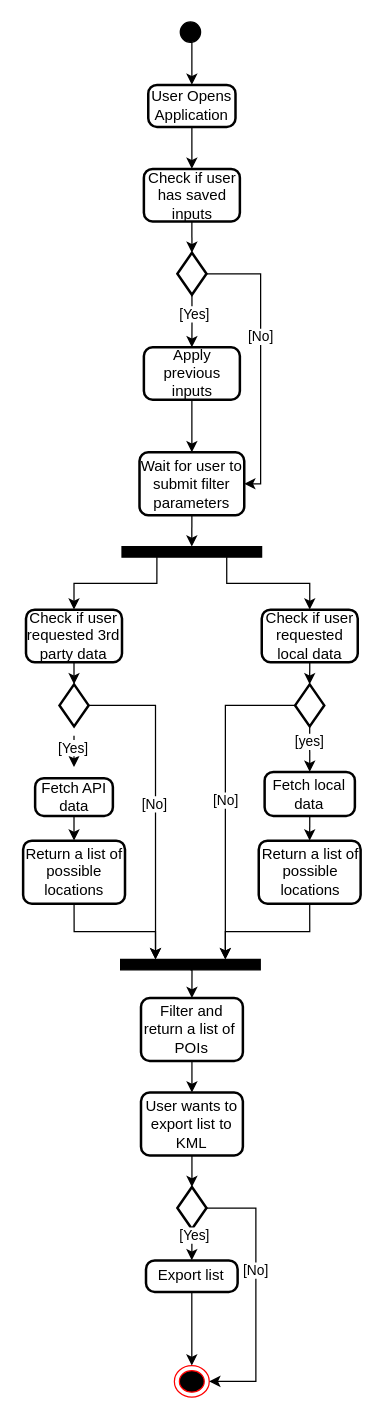
The draw.io diagram UML/DrawIO/ActivityDiagram.drawio in ALEEF02/PrecisionLocationProcessor, before the edit. Source tidied: cells renumbered, new cells numbered last; positions are measured from the earlier drawing's top-left corner, leaving out a move shared by most shapes. Both pictures are drawn from the tidied source at 125%, with x=0, y=0 at pixel (22, 21).
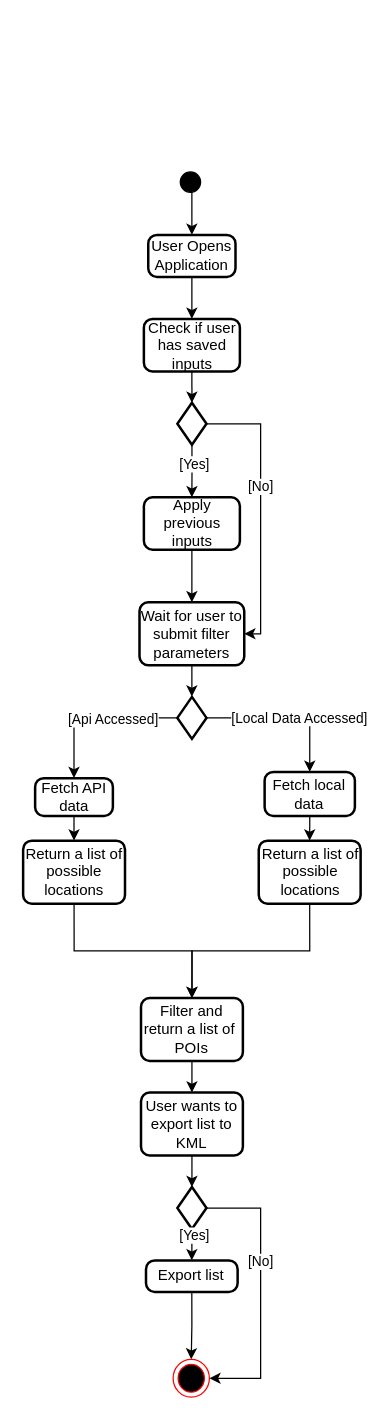
The same diagram, later.

Commit message:
Modified Activity Diagram per feedback

Removed concurrent actions node and replaced with a decision node

Unchanged cells that the change refers to:
```xml
<mxCell id="26" value="Fetch API data" style="rounded=1;whiteSpace=wrap;html=1;absoluteArcSize=1;arcSize=14;strokeWidth=2;" parent="1" vertex="1">
  <mxGeometry x="9.6" y="605" width="62.2" height="30.2" as="geometry" />
</mxCell>
<mxCell id="29" value="Return a list of possible locations" style="rounded=1;whiteSpace=wrap;html=1;absoluteArcSize=1;arcSize=14;strokeWidth=2;" parent="1" vertex="1">
  <mxGeometry y="655" width="81.5" height="50.4" as="geometry" />
</mxCell>
<mxCell id="36" value="Fetch local data" style="rounded=1;whiteSpace=wrap;html=1;absoluteArcSize=1;arcSize=14;strokeWidth=2;" parent="1" vertex="1">
  <mxGeometry x="193.2" y="600" width="72.2" height="35.2" as="geometry" />
</mxCell>
<mxCell id="39" value="Return a list of possible locations" style="rounded=1;whiteSpace=wrap;html=1;absoluteArcSize=1;arcSize=14;strokeWidth=2;" parent="1" vertex="1">
  <mxGeometry x="188.5" y="655" width="81.5" height="50.4" as="geometry" />
</mxCell>
<mxCell id="40" value="Filter and return a list of&amp;nbsp; POIs" style="rounded=1;whiteSpace=wrap;html=1;absoluteArcSize=1;arcSize=14;strokeWidth=2;" parent="1" vertex="1">
  <mxGeometry x="94.3" y="780.9" width="81.5" height="50.4" as="geometry" />
</mxCell>
<mxCell id="43" style="strokeWidth=2;html=1;shape=mxgraph.flowchart.decision;whiteSpace=wrap;" parent="1" vertex="1">
  <mxGeometry x="123.4" y="932.1" width="23.3" height="33.6" as="geometry" />
</mxCell>
```

Change to the diagram source:
```diff
@@
     <mxCell id="2" style="ellipse;whiteSpace=wrap;html=1;fillColor=#000000;" parent="1" vertex="1">
-      <mxGeometry x="125.7" width="16.3" height="16.3" as="geometry" />
+      <mxGeometry x="125.7" y="120" width="16.3" height="16.3" as="geometry" />
     </mxCell>
     <mxCell id="3" value="User Opens Application" style="rounded=1;whiteSpace=wrap;html=1;absoluteArcSize=1;arcSize=14;strokeWidth=2;" parent="1" vertex="1">
-      <mxGeometry x="100.1" y="50.4" width="69.8" height="33.6" as="geometry" />
+      <mxGeometry x="100.1" y="170.4" width="69.8" height="33.6" as="geometry" />
     </mxCell>
@@
     <mxCell id="5" value="Check if user has saved inputs" style="rounded=1;whiteSpace=wrap;html=1;absoluteArcSize=1;arcSize=14;strokeWidth=2;" parent="1" vertex="1">
-      <mxGeometry x="96.6" y="117.6" width="76.8" height="42" as="geometry" />
+      <mxGeometry x="96.6" y="237.6" width="76.8" height="42" as="geometry" />
     </mxCell>
@@
     <mxCell id="7" style="strokeWidth=2;html=1;shape=mxgraph.flowchart.decision;whiteSpace=wrap;" parent="1" vertex="1">
-      <mxGeometry x="123.4" y="184.7" width="23.3" height="33.6" as="geometry" />
+      <mxGeometry x="123.4" y="304.7" width="23.3" height="33.6" as="geometry" />
     </mxCell>
@@
     <mxCell id="9" value="Apply previous inputs" style="rounded=1;whiteSpace=wrap;html=1;absoluteArcSize=1;arcSize=14;strokeWidth=2;" parent="1" vertex="1">
-      <mxGeometry x="96.6" y="260.3" width="76.8" height="42" as="geometry" />
+      <mxGeometry x="96.6" y="380.3" width="76.8" height="42" as="geometry" />
     </mxCell>
@@
     <mxCell id="12" value="Wait for user to submit filter parameters" style="rounded=1;whiteSpace=wrap;html=1;absoluteArcSize=1;arcSize=14;strokeWidth=2;" parent="1" vertex="1">
-      <mxGeometry x="93.1" y="344.3" width="83.8" height="50.4" as="geometry" />
+      <mxGeometry x="93.1" y="464.3" width="83.8" height="50.4" as="geometry" />
     </mxCell>
     <mxCell id="13" style="edgeStyle=orthogonalEdgeStyle;rounded=0;jettySize=auto;html=1;exitX=1;exitY=0.5;exitDx=0;exitDy=0;exitPerimeter=0;entryX=1;entryY=0.5;entryDx=0;entryDy=0;" parent="1" edge="1" source="7" target="12">
       <mxGeometry relative="1" as="geometry">
         <Array as="points">
-          <mxPoint x="190" y="202" />
-          <mxPoint x="190" y="370" />
+          <mxPoint x="190" y="322" />
+          <mxPoint x="190" y="490" />
         </Array>
       </mxGeometry>
     </mxCell>
@@
-    <mxCell id="16" style="rounded=0;whiteSpace=wrap;html=1;fillColor=#000000;" parent="1" vertex="1">
-      <mxGeometry x="79.1" y="419.8" width="111.7" height="8.4" as="geometry" />
-    </mxCell>
-    <mxCell id="17" style="edgeStyle=orthogonalEdgeStyle;rounded=0;jettySize=auto;html=1;exitX=0.5;exitY=1;exitDx=0;exitDy=0;entryX=0.5;entryY=0;entryDx=0;entryDy=0;" parent="1" edge="1" source="12" target="16">
-      <mxGeometry relative="1" as="geometry" />
+    <mxCell id="17" style="edgeStyle=orthogonalEdgeStyle;rounded=0;jettySize=auto;html=1;exitX=0.5;exitY=1;exitDx=0;exitDy=0;entryX=0.5;entryY=0;entryDx=0;entryDy=0;" parent="1" edge="1" source="12">
+      <mxGeometry relative="1" as="geometry">
+        <mxPoint x="135" y="539.8" as="targetPoint" />
+      </mxGeometry>
     </mxCell>
-    <mxCell id="18" value="Check if user requested 3rd party data" style="rounded=1;whiteSpace=wrap;html=1;absoluteArcSize=1;arcSize=14;strokeWidth=2;" parent="1" vertex="1">
-      <mxGeometry x="2.3" y="470.2" width="76.8" height="42" as="geometry" />
-    </mxCell>
-    <mxCell id="19" style="edgeStyle=orthogonalEdgeStyle;rounded=0;jettySize=auto;html=1;exitX=0.25;exitY=1;exitDx=0;exitDy=0;entryX=0.5;entryY=0;entryDx=0;entryDy=0;" parent="1" edge="1" source="16" target="18">
-      <mxGeometry relative="1" as="geometry" />
-    </mxCell>
-    <mxCell id="20" value="Check if user requested local data" style="rounded=1;whiteSpace=wrap;html=1;absoluteArcSize=1;arcSize=14;strokeWidth=2;" parent="1" vertex="1">
-      <mxGeometry x="190.9" y="470.2" width="76.8" height="42" as="geometry" />
-    </mxCell>
-    <mxCell id="21" style="strokeWidth=2;html=1;shape=mxgraph.flowchart.decision;whiteSpace=wrap;" parent="1" vertex="1">
-      <mxGeometry x="29.1" y="530" width="23.3" height="33.6" as="geometry" />
-    </mxCell>
-    <mxCell id="22" style="edgeStyle=orthogonalEdgeStyle;rounded=0;jettySize=auto;html=1;exitX=0.75;exitY=1;exitDx=0;exitDy=0;entryX=0.5;entryY=0;entryDx=0;entryDy=0;" parent="1" edge="1" source="16" target="20">
-      <mxGeometry relative="1" as="geometry" />
-    </mxCell>
-    <mxCell id="23" style="strokeWidth=2;html=1;shape=mxgraph.flowchart.decision;whiteSpace=wrap;" parent="1" vertex="1">
-      <mxGeometry x="217.6" y="530" width="23.3" height="33.6" as="geometry" />
-    </mxCell>
-    <mxCell id="24" style="edgeStyle=orthogonalEdgeStyle;rounded=0;jettySize=auto;html=1;exitX=0.5;exitY=1;exitDx=0;exitDy=0;entryX=0.5;entryY=0;entryDx=0;entryDy=0;entryPerimeter=0;" parent="1" edge="1" source="18" target="21">
-      <mxGeometry relative="1" as="geometry" />
-    </mxCell>
-    <mxCell id="25" style="edgeStyle=orthogonalEdgeStyle;rounded=0;jettySize=auto;html=1;exitX=0.5;exitY=1;exitDx=0;exitDy=0;entryX=0.5;entryY=0;entryDx=0;entryDy=0;entryPerimeter=0;" parent="1" edge="1" source="20" target="23">
-      <mxGeometry relative="1" as="geometry" />
-    </mxCell>
+    <mxCell id="56" style="edgeStyle=orthogonalEdgeStyle;rounded=0;jettySize=auto;html=1;exitX=0;exitY=0.5;exitDx=0;exitDy=0;exitPerimeter=0;entryX=0.5;entryY=0;entryDx=0;entryDy=0;" parent="1" edge="1" source="60" target="26">
+      <mxGeometry relative="1" as="geometry" />
+    </mxCell>
+    <mxCell id="57" value="[Api Accessed]" style="edgeLabel;html=1;align=center;verticalAlign=middle;" parent="56" vertex="1">
+      <mxGeometry x="-0.2" y="1" relative="1" as="geometry" />
+    </mxCell>
+    <mxCell id="58" style="edgeStyle=orthogonalEdgeStyle;rounded=0;jettySize=auto;html=1;exitX=1;exitY=0.5;exitDx=0;exitDy=0;exitPerimeter=0;entryX=0.5;entryY=0;entryDx=0;entryDy=0;" parent="1" edge="1" source="60" target="36">
+      <mxGeometry relative="1" as="geometry">
+        <Array as="points">
+          <mxPoint x="229" y="557" />
+        </Array>
+      </mxGeometry>
+    </mxCell>
+    <mxCell id="59" value="[Local Data Accessed]" style="edgeLabel;html=1;align=center;verticalAlign=middle;" parent="58" vertex="1">
+      <mxGeometry x="-0.41" y="3" relative="1" as="geometry">
+        <mxPoint x="37" y="3" as="offset" />
+      </mxGeometry>
+    </mxCell>
+    <mxCell id="60" style="strokeWidth=2;html=1;shape=mxgraph.flowchart.decision;whiteSpace=wrap;" parent="1" vertex="1">
+      <mxGeometry x="123.4" y="540" width="23.3" height="33.6" as="geometry" />
+    </mxCell>
@@
-    <mxCell id="27" style="edgeStyle=orthogonalEdgeStyle;rounded=0;orthogonalLoop=1;jettySize=auto;html=1;exitX=0.5;exitY=1;exitDx=0;exitDy=0;exitPerimeter=0;entryX=0.5;entryY=0;entryDx=0;entryDy=0;" parent="1" edge="1">
-      <mxGeometry relative="1" as="geometry">
-        <mxPoint x="40.7" y="571" as="sourcePoint" />
-        <mxPoint x="40.7" y="596.2" as="targetPoint" />
-      </mxGeometry>
-    </mxCell>
-    <mxCell id="28" value="[Yes]" style="edgeLabel;html=1;align=center;verticalAlign=middle;" parent="27" vertex="1">
-      <mxGeometry x="-0.3" y="-1" relative="1" as="geometry" />
-    </mxCell>
@@
-    <mxCell id="31" style="rounded=0;whiteSpace=wrap;html=1;fillColor=#000000;" parent="1" vertex="1">
-      <mxGeometry x="78" y="750" width="111.7" height="8.4" as="geometry" />
-    </mxCell>
-    <mxCell id="32" style="edgeStyle=orthogonalEdgeStyle;rounded=0;jettySize=auto;html=1;exitX=1;exitY=0.5;exitDx=0;exitDy=0;exitPerimeter=0;entryX=0.25;entryY=0;entryDx=0;entryDy=0;" parent="1" edge="1" source="21" target="31">
-      <mxGeometry relative="1" as="geometry" />
-    </mxCell>
-    <mxCell id="33" value="[No]" style="edgeLabel;html=1;align=center;verticalAlign=middle;" parent="32" vertex="1">
-      <mxGeometry x="0.03" y="-1" relative="1" as="geometry" />
-    </mxCell>
-    <mxCell id="34" style="edgeStyle=orthogonalEdgeStyle;rounded=0;jettySize=auto;html=1;exitX=0;exitY=0.5;exitDx=0;exitDy=0;exitPerimeter=0;entryX=0.75;entryY=0;entryDx=0;entryDy=0;" parent="1" edge="1" source="23" target="31">
-      <mxGeometry relative="1" as="geometry" />
-    </mxCell>
-    <mxCell id="35" value="[No]" style="edgeLabel;html=1;align=center;verticalAlign=middle;" parent="34" vertex="1">
-      <mxGeometry x="-0.12" y="1" relative="1" as="geometry">
-        <mxPoint x="-1" y="17" as="offset" />
-      </mxGeometry>
-    </mxCell>
@@
-    <mxCell id="37" style="edgeStyle=orthogonalEdgeStyle;rounded=0;jettySize=auto;html=1;exitX=0.5;exitY=1;exitDx=0;exitDy=0;entryX=0.25;entryY=0;entryDx=0;entryDy=0;" parent="1" edge="1" source="29" target="31">
-      <mxGeometry relative="1" as="geometry" />
-    </mxCell>
-    <mxCell id="38" style="edgeStyle=orthogonalEdgeStyle;rounded=0;jettySize=auto;html=1;exitX=0.5;exitY=1;exitDx=0;exitDy=0;entryX=0.75;entryY=0;entryDx=0;entryDy=0;" parent="1" edge="1" source="39" target="31">
-      <mxGeometry relative="1" as="geometry" />
-    </mxCell>
@@
-    <mxCell id="41" style="edgeStyle=orthogonalEdgeStyle;rounded=0;jettySize=auto;html=1;exitX=0.5;exitY=1;exitDx=0;exitDy=0;exitPerimeter=0;entryX=0.5;entryY=0;entryDx=0;entryDy=0;" parent="1" edge="1" source="23" target="36">
-      <mxGeometry relative="1" as="geometry" />
-    </mxCell>
-    <mxCell id="42" value="[yes]" style="edgeLabel;html=1;align=center;verticalAlign=middle;" parent="41" vertex="1">
-      <mxGeometry x="-0.32" y="-1" relative="1" as="geometry" />
-    </mxCell>
+    <mxCell id="61" style="edgeStyle=orthogonalEdgeStyle;rounded=0;jettySize=auto;html=1;exitX=0.5;exitY=1;exitDx=0;exitDy=0;" parent="1" edge="1" source="29" target="40">
+      <mxGeometry relative="1" as="geometry" />
+    </mxCell>
@@
+    <mxCell id="62" style="edgeStyle=orthogonalEdgeStyle;rounded=0;jettySize=auto;html=1;exitX=0.5;exitY=1;exitDx=0;exitDy=0;entryX=0.5;entryY=0;entryDx=0;entryDy=0;" parent="1" edge="1" source="39" target="40">
+      <mxGeometry relative="1" as="geometry" />
+    </mxCell>
@@
-    <mxCell id="45" style="edgeStyle=orthogonalEdgeStyle;rounded=0;jettySize=auto;html=1;exitX=0.5;exitY=1;exitDx=0;exitDy=0;entryX=0.5;entryY=0;entryDx=0;entryDy=0;" parent="1" edge="1" source="31" target="40">
-      <mxGeometry relative="1" as="geometry" />
-    </mxCell>
@@
     <mxCell id="48" style="ellipse;html=1;shape=endState;fillColor=#000000;strokeColor=#ff0000;" parent="1" vertex="1">
-      <mxGeometry x="121" y="1075" width="27.9" height="25.2" as="geometry" />
+      <mxGeometry x="120" y="1070" width="29" height="30.2" as="geometry" />
     </mxCell>
@@
+    <mxCell id="52" style="edgeStyle=orthogonalEdgeStyle;rounded=0;jettySize=auto;html=1;exitX=1;exitY=0.5;exitDx=0;exitDy=0;exitPerimeter=0;entryX=1;entryY=0.5;entryDx=0;entryDy=0;" parent="1" edge="1" source="43" target="48">
+      <mxGeometry relative="1" as="geometry">
+        <Array as="points">
+          <mxPoint x="190" y="949" />
+          <mxPoint x="190" y="1085" />
+        </Array>
+      </mxGeometry>
+    </mxCell>
+    <mxCell id="63" value="[No]" style="edgeLabel;html=1;align=center;verticalAlign=middle;" parent="52" vertex="1">
+      <mxGeometry x="-0.22" y="-1" relative="1" as="geometry" />
+    </mxCell>
@@
-    <mxCell id="52" style="edgeStyle=orthogonalEdgeStyle;rounded=0;jettySize=auto;html=1;exitX=1;exitY=0.5;exitDx=0;exitDy=0;exitPerimeter=0;entryX=1;entryY=0.5;entryDx=0;entryDy=0;" parent="1" edge="1" source="43" target="48">
-      <mxGeometry relative="1" as="geometry">
-        <Array as="points">
-          <mxPoint x="186.2" y="948.9" />
-          <mxPoint x="186.2" y="1087.4" />
-        </Array>
-      </mxGeometry>
-    </mxCell>
-    <mxCell id="53" value="[No]" style="edgeLabel;html=1;align=center;verticalAlign=middle;" parent="52" vertex="1">
-      <mxGeometry x="-0.17" y="-1" relative="1" as="geometry" />
-    </mxCell>
```
